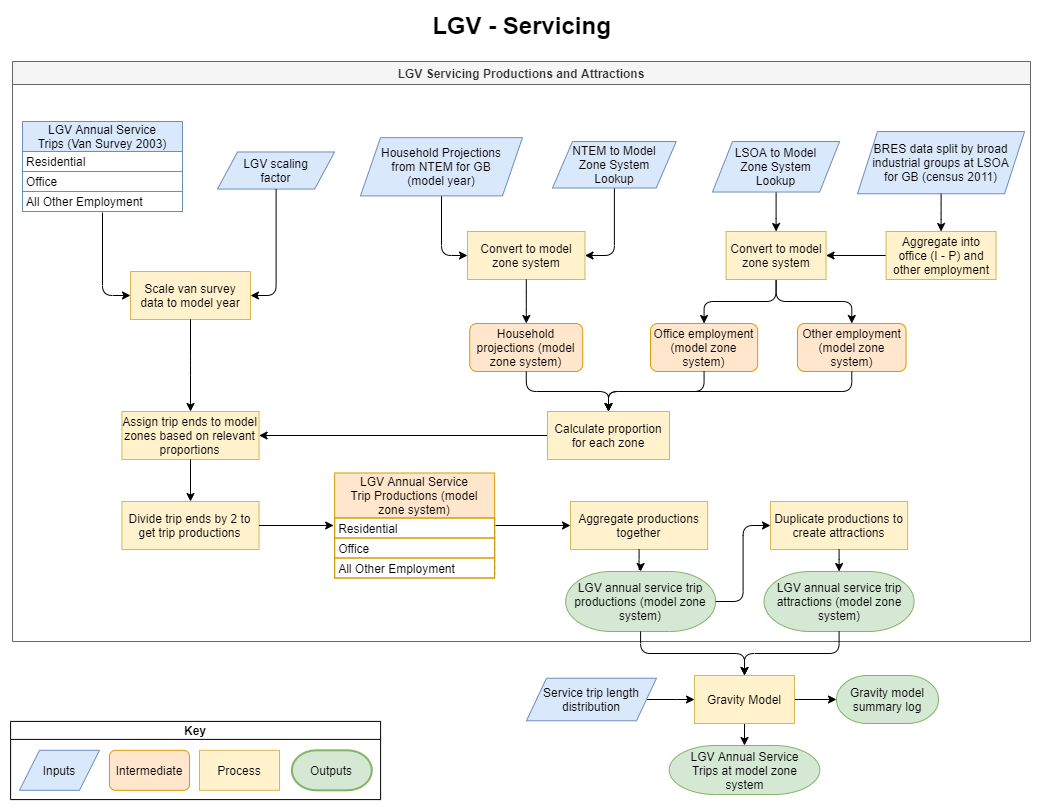
Before: docs/source/_static/images/LGV_methodology-Servicing.png, a diagram exported from draw.io (Transport-for-the-North/caf.van). Source tidied: cells renumbered, new cells last; positions are measured from the earlier drawing's top-left corner, leaving out a move shared by most shapes.
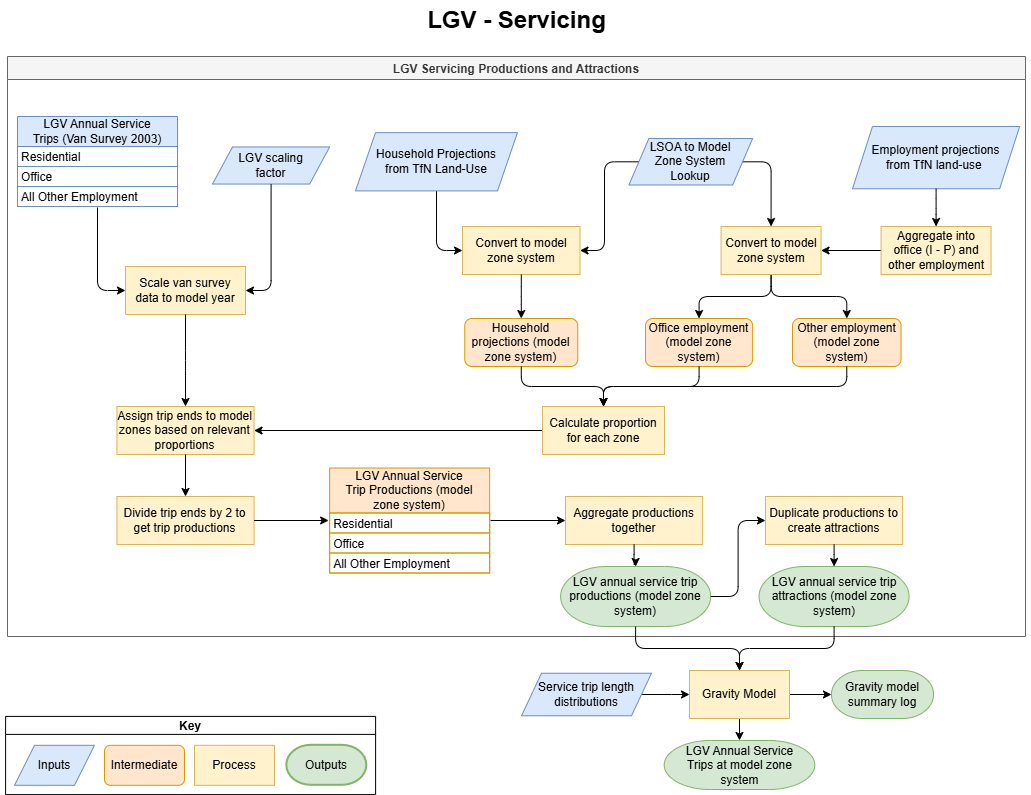
The same file after the commit.

The edit, as a diff of the source:
```diff
@@ -8,7 +8,7 @@
     <mxCell id="3" value="LGV scaling factor" style="shape=parallelogram;perimeter=parallelogramPerimeter;whiteSpace=wrap;html=1;fixedSize=1;rounded=0;shadow=0;glass=0;labelBackgroundColor=none;comic=0;sketch=0;strokeColor=#6c8ebf;strokeWidth=1;fillColor=#dae8fc;fontSize=12;spacingRight=10;spacingLeft=10;" parent="2" vertex="1">
       <mxGeometry x="205" y="90.5" width="117.1" height="37.1" as="geometry" />
     </mxCell>
-    <mxCell id="4" value="BRES data split by broad industrial groups at LSOA for GB (census 2011)" style="shape=parallelogram;perimeter=parallelogramPerimeter;whiteSpace=wrap;fixedSize=1;rounded=0;shadow=0;glass=0;labelBackgroundColor=none;comic=0;sketch=0;strokeColor=#6c8ebf;strokeWidth=1;fillColor=#dae8fc;fontSize=12;spacingRight=10;spacingLeft=10;html=1;" parent="2" vertex="1">
+    <mxCell id="4" value="Employment projections from TfN land-use&amp;nbsp;" style="shape=parallelogram;perimeter=parallelogramPerimeter;whiteSpace=wrap;fixedSize=1;rounded=0;shadow=0;glass=0;labelBackgroundColor=none;comic=0;sketch=0;strokeColor=#6c8ebf;strokeWidth=1;fillColor=#dae8fc;fontSize=12;spacingRight=10;spacingLeft=10;html=1;" parent="2" vertex="1">
       <mxGeometry x="845" y="70" width="167.1" height="62.3" as="geometry" />
     </mxCell>
     <mxCell id="5" value="LGV Annual Service Trips (Van Survey 2003)" style="swimlane;fontStyle=0;horizontal=1;startSize=30;fillColor=#dae8fc;rounded=0;separatorColor=#6C8EBF;swimlaneFillColor=none;perimeterSpacing=1;swimlaneLine=1;arcSize=13;strokeColor=#6C8EBF;whiteSpace=wrap;spacingLeft=13;spacingRight=13;" parent="2" vertex="1">
@@ -125,15 +125,16 @@
     <mxCell id="42" style="edgeStyle=orthogonalEdgeStyle;rounded=1;jettySize=auto;html=1;entryX=1;entryY=0.5;entryDx=0;entryDy=0;" parent="2" edge="1" source="43" target="11">
       <mxGeometry relative="1" as="geometry" />
     </mxCell>
+    <mxCell id="66" style="edgeStyle=orthogonalEdgeStyle;rounded=1;jettySize=auto;html=1;entryX=0.5;entryY=0;entryDx=0;entryDy=0;curved=0;" parent="2" edge="1" source="43" target="48">
+      <mxGeometry relative="1" as="geometry">
+        <Array as="points">
+          <mxPoint x="764" y="105" />
+        </Array>
+      </mxGeometry>
+    </mxCell>
-    <mxCell id="43" value="NTEM to Model Zone System Lookup" style="shape=parallelogram;perimeter=parallelogramPerimeter;whiteSpace=wrap;html=1;fixedSize=1;rounded=0;shadow=0;glass=0;labelBackgroundColor=none;comic=0;sketch=0;strokeColor=#6c8ebf;strokeWidth=1;fillColor=#dae8fc;fontSize=12;spacingRight=10;spacingLeft=10;" parent="2" vertex="1">
-      <mxGeometry x="540" y="80" width="123.8" height="46.5" as="geometry" />
+    <mxCell id="43" value="LSOA to Model Zone System Lookup" style="shape=parallelogram;perimeter=parallelogramPerimeter;whiteSpace=wrap;html=1;fixedSize=1;rounded=0;shadow=0;glass=0;labelBackgroundColor=none;comic=0;sketch=0;strokeColor=#6c8ebf;strokeWidth=1;fillColor=#dae8fc;fontSize=12;spacingRight=10;spacingLeft=10;" parent="2" vertex="1">
+      <mxGeometry x="621.4" y="82" width="123.8" height="46.5" as="geometry" />
     </mxCell>
-    <mxCell id="44" style="edgeStyle=orthogonalEdgeStyle;rounded=1;jettySize=auto;html=1;" parent="2" edge="1" source="45" target="48">
-      <mxGeometry relative="1" as="geometry" />
-    </mxCell>
-    <mxCell id="45" value="LSOA to Model Zone System Lookup" style="shape=parallelogram;perimeter=parallelogramPerimeter;whiteSpace=wrap;html=1;fixedSize=1;rounded=0;shadow=0;glass=0;labelBackgroundColor=none;comic=0;sketch=0;strokeColor=#6c8ebf;strokeWidth=1;fillColor=#dae8fc;fontSize=12;spacingRight=10;spacingLeft=10;" parent="2" vertex="1">
-      <mxGeometry x="700" y="80" width="127.1" height="50.5" as="geometry" />
-    </mxCell>
     <mxCell id="46" style="edgeStyle=orthogonalEdgeStyle;rounded=1;jettySize=auto;html=1;entryX=0.5;entryY=0;entryDx=0;entryDy=0;" parent="2" edge="1" source="48" target="17">
       <mxGeometry relative="1" as="geometry" />
     </mxCell>
@@ -146,7 +147,7 @@
     <mxCell id="49" style="edgeStyle=orthogonalEdgeStyle;rounded=1;jettySize=auto;html=1;entryX=0;entryY=0.5;entryDx=0;entryDy=0;" parent="2" edge="1" source="50" target="11">
       <mxGeometry relative="1" as="geometry" />
     </mxCell>
-    <mxCell id="50" value="Household Projections from NTEM for GB (model year)" style="shape=parallelogram;perimeter=parallelogramPerimeter;whiteSpace=wrap;html=1;fixedSize=1;rounded=0;shadow=0;glass=0;labelBackgroundColor=none;comic=0;sketch=0;strokeColor=#6c8ebf;strokeWidth=1;fillColor=#dae8fc;fontSize=12;spacingRight=15;spacingLeft=15;" parent="2" vertex="1">
+    <mxCell id="50" value="Household Projections from TfN Land-Use" style="shape=parallelogram;perimeter=parallelogramPerimeter;whiteSpace=wrap;html=1;fixedSize=1;rounded=0;shadow=0;glass=0;labelBackgroundColor=none;comic=0;sketch=0;strokeColor=#6c8ebf;strokeWidth=1;fillColor=#dae8fc;fontSize=12;spacingRight=15;spacingLeft=15;" parent="2" vertex="1">
       <mxGeometry x="348" y="76.1" width="162" height="58.3" as="geometry" />
     </mxCell>
     <mxCell id="51" style="edgeStyle=orthogonalEdgeStyle;rounded=1;jettySize=auto;html=1;" parent="1" edge="1" source="53" target="54">
@@ -191,7 +192,7 @@
     <mxCell id="64" style="edgeStyle=orthogonalEdgeStyle;rounded=0;jettySize=auto;html=1;" parent="1" edge="1" source="65" target="53">
       <mxGeometry relative="1" as="geometry" />
     </mxCell>
-    <mxCell id="65" value="Service trip length distribution" style="shape=parallelogram;perimeter=parallelogramPerimeter;whiteSpace=wrap;html=1;fixedSize=1;rounded=0;shadow=0;glass=0;labelBackgroundColor=none;comic=0;sketch=0;strokeColor=#6c8ebf;strokeWidth=1;fillColor=#dae8fc;fontSize=12;spacingRight=10;spacingLeft=10;" parent="1" vertex="1">
+    <mxCell id="65" value="Service trip length distributions" style="shape=parallelogram;perimeter=parallelogramPerimeter;whiteSpace=wrap;html=1;fixedSize=1;rounded=0;shadow=0;glass=0;labelBackgroundColor=none;comic=0;sketch=0;strokeColor=#6c8ebf;strokeWidth=1;fillColor=#dae8fc;fontSize=12;spacingRight=10;spacingLeft=10;" parent="1" vertex="1">
       <mxGeometry x="521" y="672.7" width="130" height="42.5" as="geometry" />
     </mxCell>
   </root>
```
